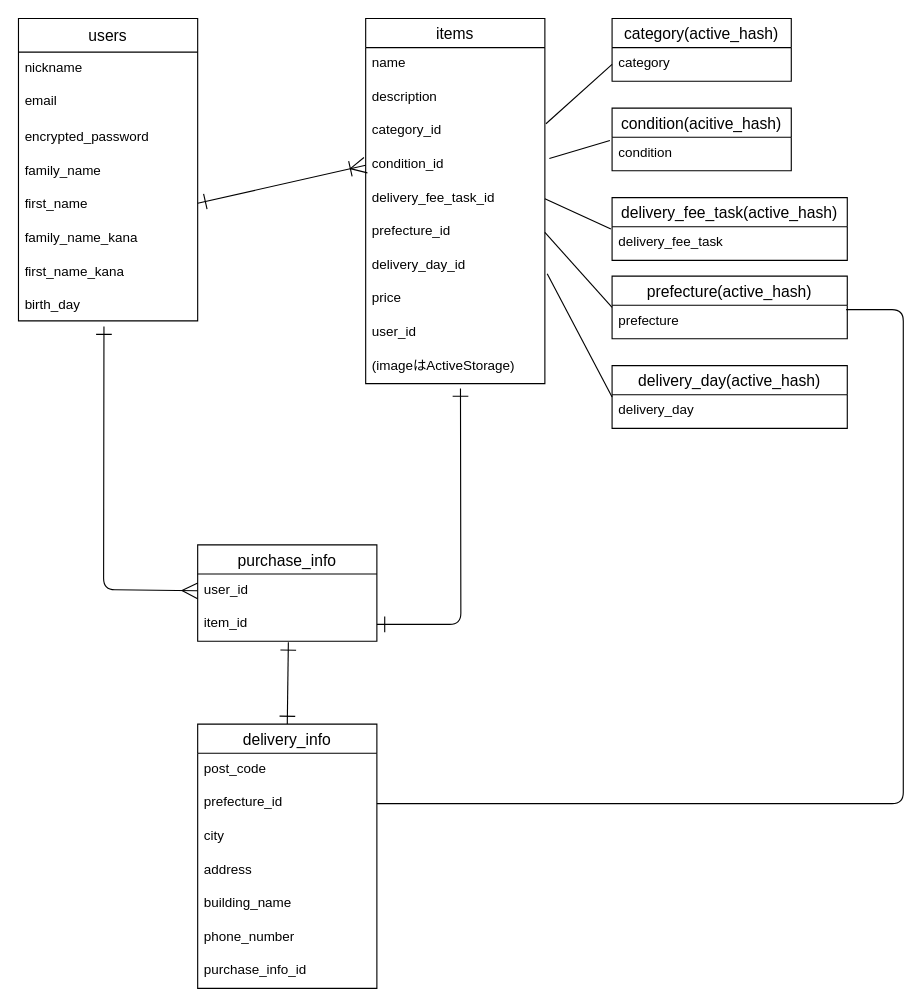
Above: ER.dio in shimpei1494/furima-37217 (draw.io), before the change. Source tidied: cells renumbered, new cells numbered last; positions are measured from the earlier drawing's top-left corner, leaving out a move shared by most shapes. Both pictures are drawn from the tidied source at 112%, with x=0, y=0 at pixel (18, 18).
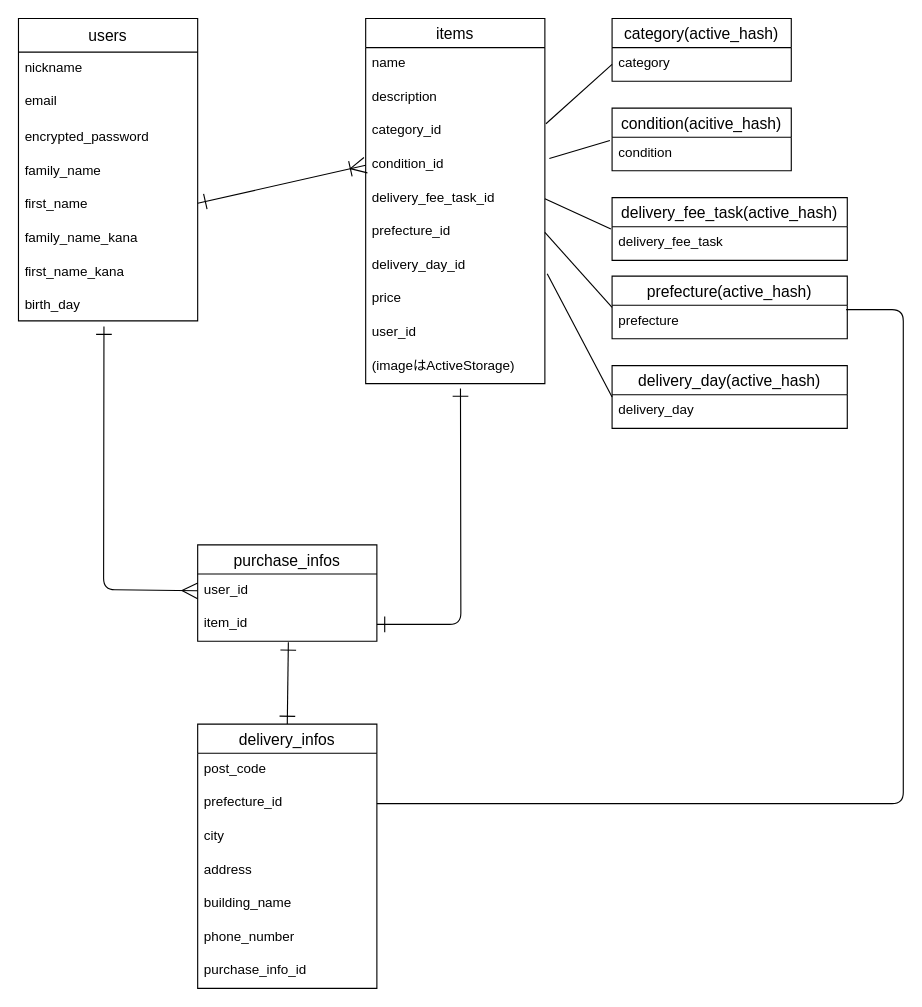
The same diagram, later.

Commit message (it also covers changes not shown here):
ER図、READMEの修正2

What changed in the source:
```diff
@@
-    <mxCell id="40" value="purchase_info" style="swimlane;fontStyle=0;horizontal=1;startSize=26;align=center;fontSize=14;glass=0;" parent="1" vertex="1">
+    <mxCell id="40" value="purchase_infos" style="swimlane;fontStyle=0;horizontal=1;startSize=26;align=center;fontSize=14;glass=0;" parent="1" vertex="1">
       <mxGeometry x="160" y="470" width="160" height="86" as="geometry" />
     </mxCell>
@@
-    <mxCell id="44" value="delivery_info" style="swimlane;fontStyle=0;horizontal=1;startSize=26;align=center;fontSize=14;glass=0;" parent="1" vertex="1">
+    <mxCell id="44" value="delivery_infos" style="swimlane;fontStyle=0;horizontal=1;startSize=26;align=center;fontSize=14;glass=0;" parent="1" vertex="1">
       <mxGeometry x="160" y="630" width="160" height="236" as="geometry" />
     </mxCell>
```
